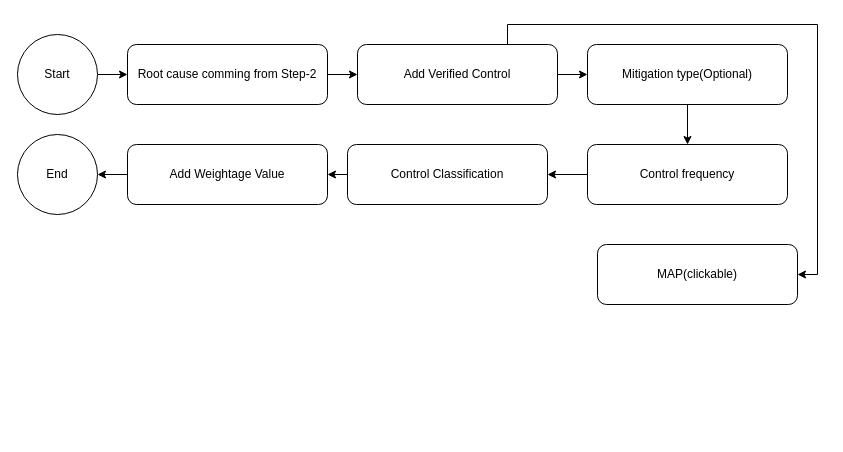
The draw.io diagram page "STEP-3" (5 of 10) of ICOFR.drawio in AvikM1996/draw.io, before the edit. Source tidied: cells renumbered, new cells numbered last; positions are measured from the earlier drawing's top-left corner, leaving out a move shared by most shapes. Both pictures are drawn from the tidied source at 100%, with x=0, y=0 at pixel (17, 34).
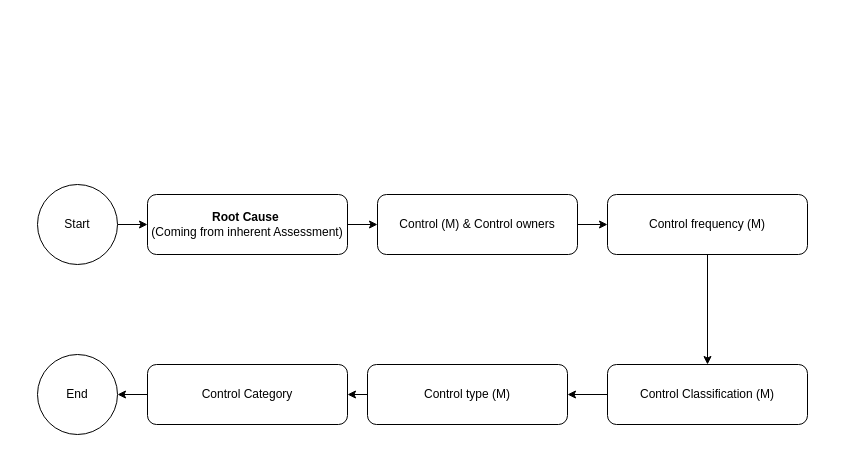
After the change.

Change to the diagram source:
```diff
@@
 <mxGraphModel>
   <root>
     <mxCell id="0" />
     <mxCell id="1" parent="0" />
     <mxCell id="2" style="edgeStyle=orthogonalEdgeStyle;rounded=0;jettySize=auto;html=1;entryX=0;entryY=0.5;entryDx=0;entryDy=0;" parent="1" edge="1" source="3" target="5">
       <mxGeometry relative="1" as="geometry" />
     </mxCell>
     <mxCell id="3" value="Start" style="ellipse;whiteSpace=wrap;html=1;" parent="1" vertex="1">
-      <mxGeometry width="80" height="80" as="geometry" />
+      <mxGeometry x="20" y="150" width="80" height="80" as="geometry" />
     </mxCell>
     <mxCell id="4" style="edgeStyle=orthogonalEdgeStyle;rounded=0;jettySize=auto;html=1;exitX=1;exitY=0.5;exitDx=0;exitDy=0;entryX=0;entryY=0.5;entryDx=0;entryDy=0;" parent="1" edge="1" source="5" target="8">
       <mxGeometry relative="1" as="geometry" />
     </mxCell>
-    <mxCell id="5" value="Root cause comming from Step-2" style="rounded=1;whiteSpace=wrap;html=1;" parent="1" vertex="1">
-      <mxGeometry x="110" y="10" width="200" height="60" as="geometry" />
+    <mxCell id="5" value="&lt;b&gt;Root Cause&lt;/b&gt;&amp;nbsp;&lt;div&gt;(Coming from inherent Assessment)&lt;/div&gt;" style="rounded=1;whiteSpace=wrap;html=1;" parent="1" vertex="1">
+      <mxGeometry x="130" y="160" width="200" height="60" as="geometry" />
     </mxCell>
     <mxCell id="6" style="edgeStyle=orthogonalEdgeStyle;rounded=0;jettySize=auto;html=1;exitX=1;exitY=0.5;exitDx=0;exitDy=0;entryX=0;entryY=0.5;entryDx=0;entryDy=0;" parent="1" edge="1" source="8" target="10">
       <mxGeometry relative="1" as="geometry" />
     </mxCell>
-    <mxCell id="7" style="edgeStyle=orthogonalEdgeStyle;rounded=0;jettySize=auto;html=1;exitX=0.75;exitY=0;exitDx=0;exitDy=0;entryX=1;entryY=0.5;entryDx=0;entryDy=0;" parent="1" edge="1" source="8" target="18">
-      <mxGeometry relative="1" as="geometry" />
-    </mxCell>
-    <mxCell id="8" value="Add Verified Control" style="rounded=1;whiteSpace=wrap;html=1;" parent="1" vertex="1">
-      <mxGeometry x="340" y="10" width="200" height="60" as="geometry" />
+    <mxCell id="8" value="Control (M) &amp;amp; Control owners" style="rounded=1;whiteSpace=wrap;html=1;" parent="1" vertex="1">
+      <mxGeometry x="360" y="160" width="200" height="60" as="geometry" />
     </mxCell>
     <mxCell id="9" style="edgeStyle=orthogonalEdgeStyle;rounded=0;jettySize=auto;html=1;exitX=0.5;exitY=1;exitDx=0;exitDy=0;entryX=0.5;entryY=0;entryDx=0;entryDy=0;" parent="1" edge="1" source="10" target="12">
       <mxGeometry relative="1" as="geometry" />
     </mxCell>
-    <mxCell id="10" value="Mitigation type(Optional)" style="rounded=1;whiteSpace=wrap;html=1;" parent="1" vertex="1">
-      <mxGeometry x="570" y="10" width="200" height="60" as="geometry" />
+    <mxCell id="10" value="Control frequency (M)" style="rounded=1;whiteSpace=wrap;html=1;" parent="1" vertex="1">
+      <mxGeometry x="590" y="160" width="200" height="60" as="geometry" />
     </mxCell>
     <mxCell id="11" style="edgeStyle=orthogonalEdgeStyle;rounded=0;jettySize=auto;html=1;exitX=0;exitY=0.5;exitDx=0;exitDy=0;entryX=1;entryY=0.5;entryDx=0;entryDy=0;" parent="1" edge="1" source="12" target="14">
       <mxGeometry relative="1" as="geometry" />
     </mxCell>
-    <mxCell id="12" value="Control frequency" style="rounded=1;whiteSpace=wrap;html=1;" parent="1" vertex="1">
-      <mxGeometry x="570" y="110" width="200" height="60" as="geometry" />
+    <mxCell id="12" value="Control Classification (M)" style="rounded=1;whiteSpace=wrap;html=1;" parent="1" vertex="1">
+      <mxGeometry x="590" y="330" width="200" height="60" as="geometry" />
     </mxCell>
     <mxCell id="13" style="edgeStyle=orthogonalEdgeStyle;rounded=0;jettySize=auto;html=1;exitX=0;exitY=0.5;exitDx=0;exitDy=0;entryX=1;entryY=0.5;entryDx=0;entryDy=0;" parent="1" edge="1" source="14" target="16">
       <mxGeometry relative="1" as="geometry" />
     </mxCell>
-    <mxCell id="14" value="Control Classification" style="rounded=1;whiteSpace=wrap;html=1;" parent="1" vertex="1">
-      <mxGeometry x="330" y="110" width="200" height="60" as="geometry" />
+    <mxCell id="14" value="Control type (M)" style="rounded=1;whiteSpace=wrap;html=1;" parent="1" vertex="1">
+      <mxGeometry x="350" y="330" width="200" height="60" as="geometry" />
     </mxCell>
     <mxCell id="15" style="edgeStyle=orthogonalEdgeStyle;rounded=0;jettySize=auto;html=1;exitX=0;exitY=0.5;exitDx=0;exitDy=0;entryX=1;entryY=0.5;entryDx=0;entryDy=0;" parent="1" edge="1" source="16" target="17">
       <mxGeometry relative="1" as="geometry" />
     </mxCell>
-    <mxCell id="16" value="Add Weightage Value" style="rounded=1;whiteSpace=wrap;html=1;" parent="1" vertex="1">
-      <mxGeometry x="110" y="110" width="200" height="60" as="geometry" />
+    <mxCell id="16" value="Control Category" style="rounded=1;whiteSpace=wrap;html=1;" parent="1" vertex="1">
+      <mxGeometry x="130" y="330" width="200" height="60" as="geometry" />
     </mxCell>
     <mxCell id="17" value="End" style="ellipse;whiteSpace=wrap;html=1;" parent="1" vertex="1">
-      <mxGeometry y="100" width="80" height="80" as="geometry" />
+      <mxGeometry x="20" y="320" width="80" height="80" as="geometry" />
     </mxCell>
-    <mxCell id="18" value="MAP(clickable)" style="rounded=1;whiteSpace=wrap;html=1;" parent="1" vertex="1">
-      <mxGeometry x="580" y="210" width="200" height="60" as="geometry" />
-    </mxCell>
   </root>
 </mxGraphModel>
```
